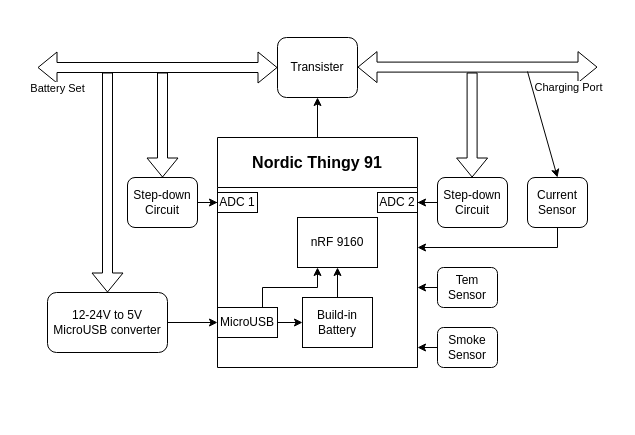
Earlier version of the draw.io diagram images/5180BlockNew.drawio (Xiang-Penn/5710_HW0). Source tidied: cells renumbered, new cells numbered last; positions are measured from the earlier drawing's top-left corner, leaving out a move shared by most shapes. Both pictures are drawn from the tidied source at 100%, with x=0, y=0 at pixel (37, 37).
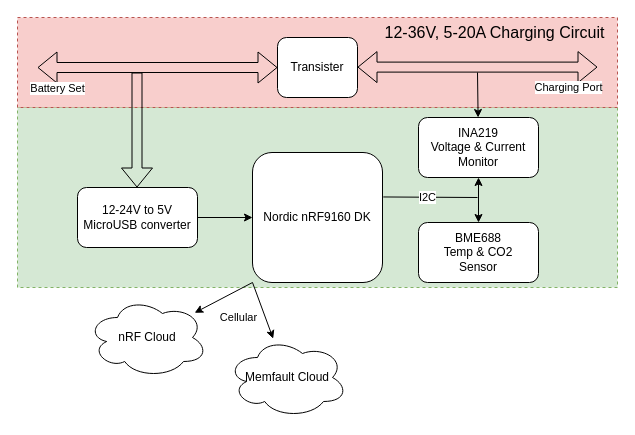
The same diagram, later.

The change refers to these unchanged cells:
```xml
<mxCell id="17" value="Transister" style="rounded=1;whiteSpace=wrap;html=1;" parent="1" vertex="1">
  <mxGeometry x="240" width="80" height="60" as="geometry" />
</mxCell>
```

The edit, as a diff of the source:
```diff
@@
-    <mxCell id="2" style="edgeStyle=orthogonalEdgeStyle;rounded=0;jettySize=auto;html=1;exitX=0.5;exitY=0;exitDx=0;exitDy=0;entryX=0.5;entryY=1;entryDx=0;entryDy=0;" parent="1" edge="1" source="3" target="17">
-      <mxGeometry relative="1" as="geometry" />
-    </mxCell>
-    <mxCell id="3" value="&lt;font style=&quot;font-size: 16px;&quot;&gt;Nordic Thingy 91&lt;/font&gt;" style="swimlane;whiteSpace=wrap;html=1;startSize=50;" parent="1" vertex="1">
-      <mxGeometry x="180" y="100" width="200" height="230" as="geometry" />
-    </mxCell>
-    <mxCell id="4" style="edgeStyle=orthogonalEdgeStyle;rounded=0;jettySize=auto;html=1;" parent="3" edge="1" source="6" target="8">
-      <mxGeometry relative="1" as="geometry" />
-    </mxCell>
-    <mxCell id="5" style="edgeStyle=orthogonalEdgeStyle;rounded=0;jettySize=auto;html=1;exitX=0.75;exitY=0;exitDx=0;exitDy=0;entryX=0.25;entryY=1;entryDx=0;entryDy=0;" parent="3" edge="1" source="6" target="9">
-      <mxGeometry relative="1" as="geometry">
-        <Array as="points">
-          <mxPoint x="45" y="150" />
-          <mxPoint x="100" y="150" />
-        </Array>
-      </mxGeometry>
-    </mxCell>
-    <mxCell id="6" value="MicroUSB" style="rounded=0;whiteSpace=wrap;html=1;" parent="3" vertex="1">
-      <mxGeometry y="170" width="60" height="30" as="geometry" />
-    </mxCell>
-    <mxCell id="7" style="edgeStyle=orthogonalEdgeStyle;rounded=0;jettySize=auto;html=1;" parent="3" edge="1" source="8" target="9">
-      <mxGeometry relative="1" as="geometry" />
-    </mxCell>
-    <mxCell id="8" value="Build-in Battery" style="rounded=0;whiteSpace=wrap;html=1;" parent="3" vertex="1">
-      <mxGeometry x="85" y="160" width="70" height="50" as="geometry" />
-    </mxCell>
-    <mxCell id="9" value="nRF 9160" style="rounded=0;whiteSpace=wrap;html=1;" parent="3" vertex="1">
-      <mxGeometry x="80" y="80" width="80" height="50" as="geometry" />
-    </mxCell>
-    <mxCell id="10" value="ADC 1" style="rounded=0;whiteSpace=wrap;html=1;" parent="3" vertex="1">
-      <mxGeometry y="55" width="40" height="20" as="geometry" />
-    </mxCell>
-    <mxCell id="11" value="ADC 2" style="rounded=0;whiteSpace=wrap;html=1;" parent="3" vertex="1">
-      <mxGeometry x="160" y="55" width="40" height="20" as="geometry" />
-    </mxCell>
-    <mxCell id="12" style="edgeStyle=orthogonalEdgeStyle;rounded=0;jettySize=auto;html=1;exitX=1;exitY=0.5;exitDx=0;exitDy=0;" parent="1" edge="1" source="13" target="6">
-      <mxGeometry relative="1" as="geometry" />
-    </mxCell>
+    <mxCell id="33" style="rounded=0;whiteSpace=wrap;html=1;dashed=1;fillColor=#d5e8d4;strokeColor=#82b366;" parent="1" vertex="1">
+      <mxGeometry x="-20" y="70" width="600" height="180" as="geometry" />
+    </mxCell>
+    <mxCell id="34" style="rounded=0;whiteSpace=wrap;html=1;dashed=1;direction=south;fillColor=#f8cecc;strokeColor=#b85450;" parent="1" vertex="1">
+      <mxGeometry x="-20" y="-20" width="600" height="90" as="geometry" />
+    </mxCell>
+    <mxCell id="35" style="edgeStyle=orthogonalEdgeStyle;rounded=0;jettySize=auto;html=1;" parent="1" edge="1" source="13" target="36">
+      <mxGeometry relative="1" as="geometry" />
+    </mxCell>
     <mxCell id="13" value="12-24V to 5V MicroUSB converter" style="rounded=1;whiteSpace=wrap;html=1;" parent="1" vertex="1">
-      <mxGeometry x="10" y="255" width="120" height="60" as="geometry" />
+      <mxGeometry x="40" y="150" width="120" height="60" as="geometry" />
     </mxCell>
@@
-    <mxCell id="16" style="shape=flexArrow;endArrow=classic;html=1;rounded=0;entryX=0.5;entryY=0;entryDx=0;entryDy=0;" parent="1" edge="1" target="13">
+    <mxCell id="16" style="shape=flexArrow;endArrow=classic;html=1;rounded=0;" parent="1" edge="1">
       <mxGeometry relative="1" as="geometry">
-        <mxPoint x="70" y="35" as="sourcePoint" />
+        <mxPoint x="99.5" y="35" as="sourcePoint" />
+        <mxPoint x="99.5" y="150" as="targetPoint" />
       </mxGeometry>
     </mxCell>
@@
-    <mxCell id="18" style="edgeStyle=orthogonalEdgeStyle;rounded=0;jettySize=auto;html=1;exitX=1;exitY=0.5;exitDx=0;exitDy=0;" parent="1" edge="1" source="19" target="10">
-      <mxGeometry relative="1" as="geometry" />
-    </mxCell>
-    <mxCell id="19" value="Step-down Circuit" style="rounded=1;whiteSpace=wrap;html=1;" parent="1" vertex="1">
-      <mxGeometry x="90" y="140" width="70" height="50" as="geometry" />
-    </mxCell>
-    <mxCell id="20" style="shape=flexArrow;endArrow=classic;html=1;rounded=0;entryX=0.5;entryY=0;entryDx=0;entryDy=0;" parent="1" edge="1" target="19">
-      <mxGeometry relative="1" as="geometry">
-        <mxPoint x="125" y="35" as="sourcePoint" />
-      </mxGeometry>
-    </mxCell>
@@
-    <mxCell id="23" style="edgeStyle=orthogonalEdgeStyle;rounded=0;jettySize=auto;html=1;" parent="1" edge="1" source="24" target="11">
-      <mxGeometry relative="1" as="geometry" />
-    </mxCell>
-    <mxCell id="24" value="Step-down Circuit" style="rounded=1;whiteSpace=wrap;html=1;" parent="1" vertex="1">
-      <mxGeometry x="400" y="140" width="70" height="50" as="geometry" />
-    </mxCell>
-    <mxCell id="25" style="shape=flexArrow;endArrow=classic;html=1;rounded=0;entryX=0.5;entryY=0;entryDx=0;entryDy=0;" parent="1" edge="1">
-      <mxGeometry relative="1" as="geometry">
-        <mxPoint x="434.6" y="35" as="sourcePoint" />
-        <mxPoint x="434.6" y="140" as="targetPoint" />
-      </mxGeometry>
-    </mxCell>
-    <mxCell id="26" style="edgeStyle=orthogonalEdgeStyle;rounded=0;jettySize=auto;html=1;exitX=0;exitY=0.5;exitDx=0;exitDy=0;" parent="1" edge="1" source="27">
-      <mxGeometry relative="1" as="geometry">
-        <mxPoint x="380" y="310.4" as="targetPoint" />
-      </mxGeometry>
-    </mxCell>
-    <mxCell id="27" value="Smoke Sensor" style="rounded=1;whiteSpace=wrap;html=1;" parent="1" vertex="1">
-      <mxGeometry x="400" y="290" width="60" height="40" as="geometry" />
-    </mxCell>
-    <mxCell id="28" style="edgeStyle=orthogonalEdgeStyle;rounded=0;jettySize=auto;html=1;exitX=0;exitY=0.5;exitDx=0;exitDy=0;" parent="1" edge="1" source="29">
-      <mxGeometry relative="1" as="geometry">
-        <mxPoint x="380" y="250.4" as="targetPoint" />
-      </mxGeometry>
-    </mxCell>
-    <mxCell id="29" value="Tem Sensor" style="rounded=1;whiteSpace=wrap;html=1;" parent="1" vertex="1">
-      <mxGeometry x="400" y="230" width="60" height="40" as="geometry" />
-    </mxCell>
-    <mxCell id="30" style="edgeStyle=orthogonalEdgeStyle;rounded=0;jettySize=auto;html=1;exitX=0.5;exitY=1;exitDx=0;exitDy=0;" parent="1" edge="1" source="31">
-      <mxGeometry relative="1" as="geometry">
-        <mxPoint x="380" y="210" as="targetPoint" />
-        <Array as="points">
-          <mxPoint x="520" y="210" />
-          <mxPoint x="380" y="210" />
-        </Array>
-      </mxGeometry>
-    </mxCell>
-    <mxCell id="31" value="Current Sensor" style="rounded=1;whiteSpace=wrap;html=1;" parent="1" vertex="1">
-      <mxGeometry x="490" y="140" width="60" height="50" as="geometry" />
-    </mxCell>
-    <mxCell id="32" style="endArrow=classic;html=1;rounded=0;entryX=0.5;entryY=0;entryDx=0;entryDy=0;" parent="1" edge="1" target="31">
-      <mxGeometry relative="1" as="geometry">
-        <mxPoint x="490" y="34" as="sourcePoint" />
-      </mxGeometry>
-    </mxCell>
+    <mxCell id="36" value="Nordic nRF9160 DK" style="rounded=1;whiteSpace=wrap;html=1;" parent="1" vertex="1">
+      <mxGeometry x="215" y="115" width="130" height="130" as="geometry" />
+    </mxCell>
+    <mxCell id="37" value="INA219&lt;div&gt;Voltage &amp;amp; Current Monitor&lt;/div&gt;" style="rounded=1;whiteSpace=wrap;html=1;" parent="1" vertex="1">
+      <mxGeometry x="381" y="80" width="120" height="60" as="geometry" />
+    </mxCell>
+    <mxCell id="38" style="endArrow=classic;html=1;rounded=0;" parent="1" edge="1" target="37">
+      <mxGeometry relative="1" as="geometry">
+        <mxPoint x="440" y="35" as="sourcePoint" />
+      </mxGeometry>
+    </mxCell>
+    <mxCell id="39" value="BME688&lt;div&gt;Temp &amp;amp; CO2&lt;/div&gt;&lt;div&gt;Sensor&lt;/div&gt;" style="rounded=1;whiteSpace=wrap;html=1;" parent="1" vertex="1">
+      <mxGeometry x="381" y="185" width="120" height="60" as="geometry" />
+    </mxCell>
+    <mxCell id="40" style="endArrow=classic;startArrow=classic;html=1;rounded=0;entryX=0.5;entryY=1;entryDx=0;entryDy=0;exitX=0.5;exitY=0;exitDx=0;exitDy=0;" parent="1" edge="1" source="39" target="37">
+      <mxGeometry relative="1" as="geometry" />
+    </mxCell>
+    <mxCell id="41" style="endArrow=none;html=1;rounded=0;exitX=1.006;exitY=0.342;exitDx=0;exitDy=0;exitPerimeter=0;" parent="1" edge="1" source="36">
+      <mxGeometry relative="1" as="geometry">
+        <mxPoint x="440" y="160" as="targetPoint" />
+      </mxGeometry>
+    </mxCell>
+    <mxCell id="42" value="I2C" style="edgeLabel;html=1;align=center;verticalAlign=middle;" parent="41" vertex="1">
+      <mxGeometry x="0.11" relative="1" as="geometry">
+        <mxPoint x="-8" as="offset" />
+      </mxGeometry>
+    </mxCell>
+    <mxCell id="43" value="nRF Cloud" style="ellipse;shape=cloud;whiteSpace=wrap;html=1;" parent="1" vertex="1">
+      <mxGeometry x="50" y="260" width="120" height="80" as="geometry" />
+    </mxCell>
+    <mxCell id="44" value="Memfault Cloud" style="ellipse;shape=cloud;whiteSpace=wrap;html=1;" parent="1" vertex="1">
+      <mxGeometry x="190" y="300" width="120" height="80" as="geometry" />
+    </mxCell>
+    <mxCell id="45" style="endArrow=classic;html=1;rounded=0;exitX=0;exitY=1;exitDx=0;exitDy=0;" parent="1" edge="1" source="36" target="43">
+      <mxGeometry relative="1" as="geometry" />
+    </mxCell>
+    <mxCell id="46" value="Cellular" style="edgeLabel;html=1;align=center;verticalAlign=middle;" parent="45" vertex="1">
+      <mxGeometry x="-0.16" y="-3" relative="1" as="geometry">
+        <mxPoint x="11" y="25" as="offset" />
+      </mxGeometry>
+    </mxCell>
+    <mxCell id="47" style="endArrow=classic;html=1;rounded=0;exitX=0;exitY=1;exitDx=0;exitDy=0;" parent="1" edge="1" source="36" target="44">
+      <mxGeometry relative="1" as="geometry" />
+    </mxCell>
+    <mxCell id="48" value="&lt;font style=&quot;font-size: 16px;&quot;&gt;12-36V, 5-20A Charging Circuit&lt;/font&gt;" style="text;html=1;align=center;verticalAlign=middle;whiteSpace=wrap;rounded=0;" parent="1" vertex="1">
+      <mxGeometry x="345" y="-20" width="225" height="30" as="geometry" />
+    </mxCell>
```
